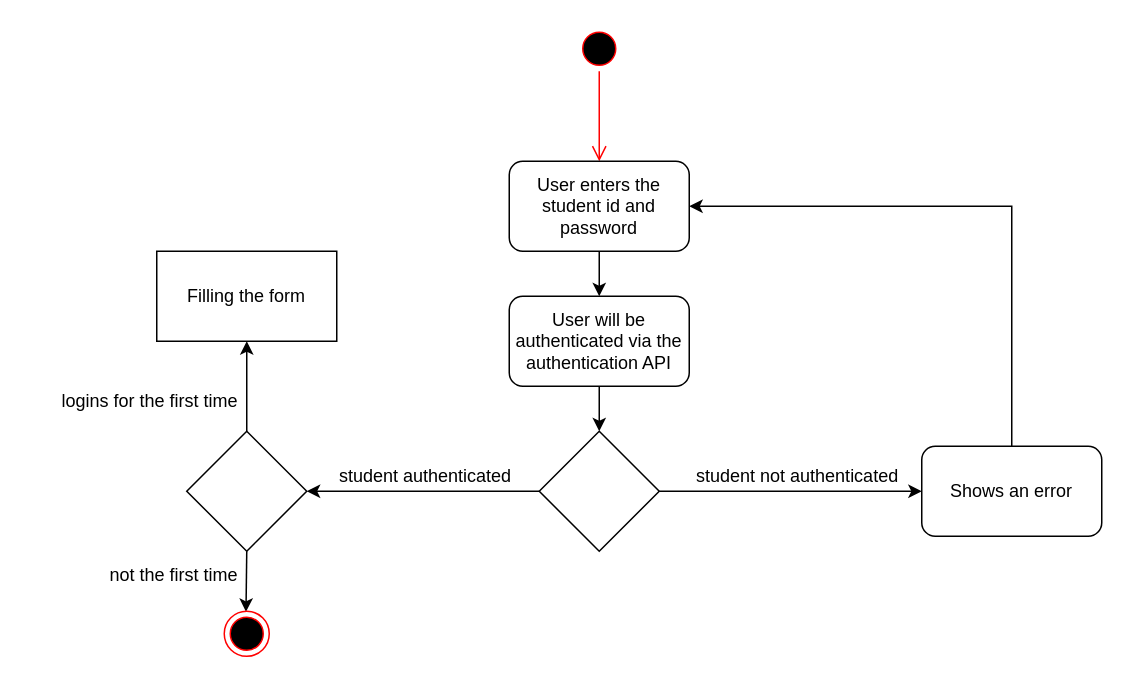
Earlier version of the draw.io diagram Login Activity Diagram.drawio (m-bassiri/HamyarApp). Source tidied: cells renumbered, new cells numbered last; positions are measured from the earlier drawing's top-left corner, leaving out a move shared by most shapes. Both pictures are drawn from the tidied source at 150%, with x=0, y=0 at pixel (58, 26).
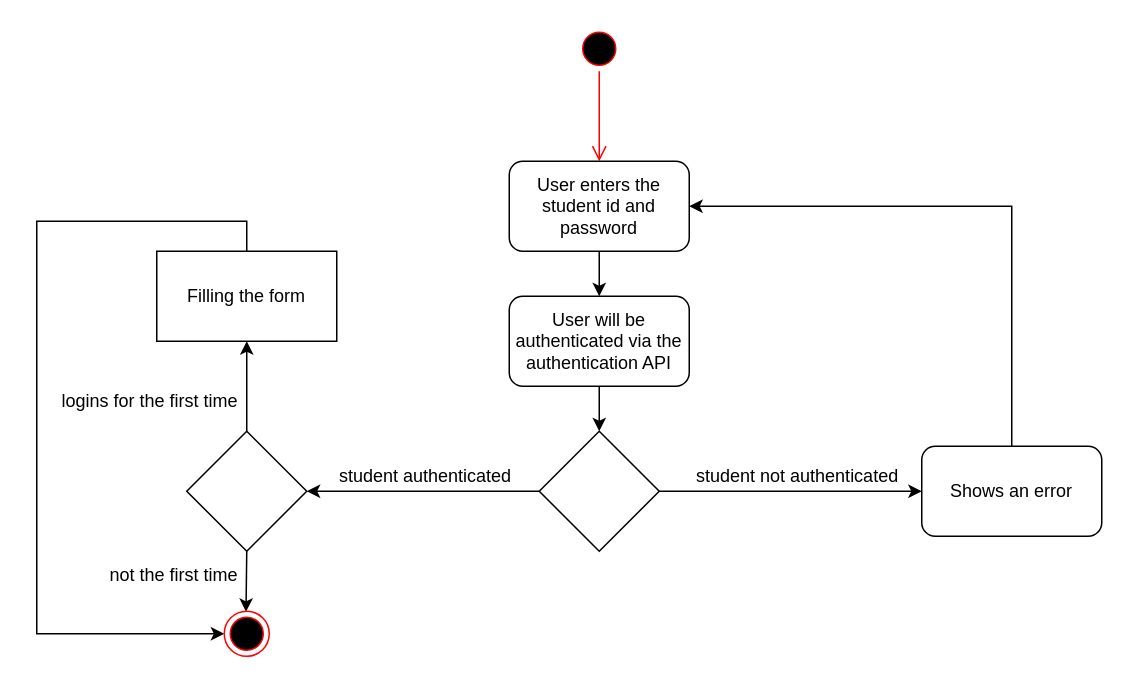
After the change.

Unchanged cells that the change refers to:
```xml
<mxCell id="15" value="Filling the form" style="rounded=0;whiteSpace=wrap;html=1;" parent="1" vertex="1">
  <mxGeometry x="65" y="150" width="120" height="60" as="geometry" />
</mxCell>
<mxCell id="21" style="ellipse;html=1;shape=endState;fillColor=#000000;strokeColor=#ff0000;" parent="1" vertex="1">
  <mxGeometry x="110" y="390" width="30" height="30" as="geometry" />
</mxCell>
```

The edit, as a diff of the source:
```diff
@@
+    <mxCell id="22" style="edgeStyle=orthogonalEdgeStyle;rounded=0;jettySize=auto;html=1;exitX=0.5;exitY=0;exitDx=0;exitDy=0;entryX=0;entryY=0.5;entryDx=0;entryDy=0;" parent="1" edge="1" source="15" target="21">
+      <mxGeometry relative="1" as="geometry">
+        <Array as="points">
+          <mxPoint x="125" y="130" />
+          <mxPoint x="-15" y="130" />
+          <mxPoint x="-15" y="405" />
+        </Array>
+      </mxGeometry>
+    </mxCell>
```
